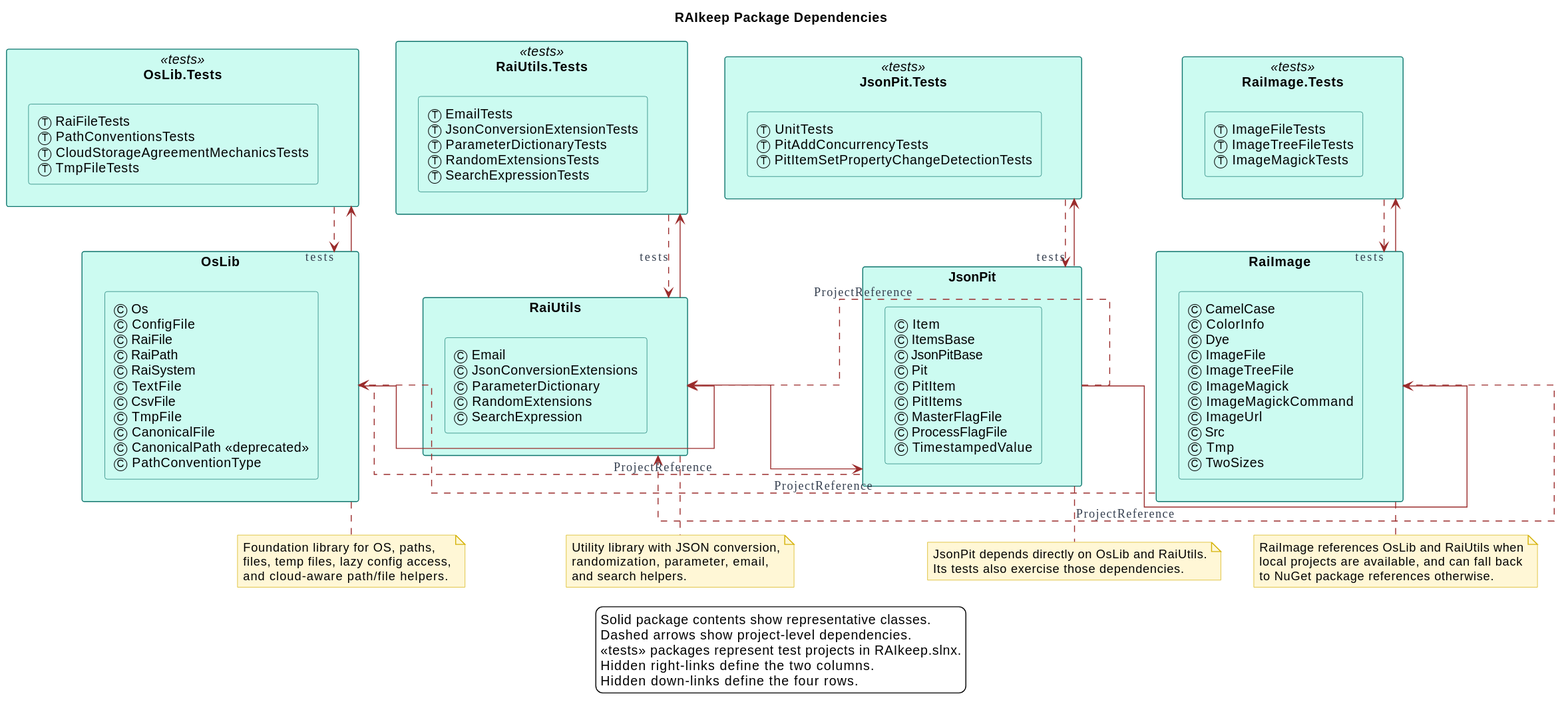
The PlantUML diagram RAIkeep-Package-Dependencies.svg in Burkhardt/RAIkeep, before a commit. The source it was exported from:
```plantuml
@startuml
title RAIkeep Package Dependencies

top to bottom direction

skinparam backgroundColor white
skinparam shadowing false
skinparam packageStyle rectangle
skinparam linetype ortho
skinparam DiagramFontName "Casual"
skinparam DiagramFontSize 36
skinparam ClassFontName "Casual"
skinparam ClassFontSize 28
skinparam ClassAttributeIconSize 10
skinparam ClassAttributeFontName Casual
skinparam ClassAttributeFontColor #053583
skinparam ClassAttributeFontWeight normal
skinparam ClassAttributeFontSize 12
skinparam ClassMethodFontName "Casual"
skinparam ClassMethodFontSize 12
skinparam ClassMethodFontWeight 500
skinparam ClassAttributeFontStyle normal
skinparam ArrowColor #9b2c2c
skinparam PackageBorderColor #0f766e
skinparam PackageFontColor #111827
skinparam PackageFontName "Casual"
skinparam PackageBackgroundColor #ccfbf1
skinparam ClassBorderColor #0f766e
skinparam ClassBackgroundColor #ccfbf1
skinparam EnumBorderColor #b45309
skinparam EnumBackgroundColor #fef3c7
skinparam EnumFontColor #7c2d12
skinparam RectangleBorderColor #0f766e
skinparam RectangleBackgroundColor #ccfbf1
skinparam NoteBackgroundColor #fff7d6
skinparam NoteBorderColor #d4b106
skinparam ArrowFontColor #374151
skinparam ArrowFontName "Casual"

package "OsLib" as P_OsLib {
	rectangle "Ⓒ Os\nⒸ ConfigFile\nⒸ RaiFile\nⒸ RaiPath\nⒸ RaiSystem\nⒸ TextFile\nⒸ CsvFile\nⒸ TmpFile\nⒸ CanonicalFile\nⒸ CanonicalPath <<deprecated>>\nⒸ PathConventionType" as M_OsLib
}

package "OsLib.Tests" <<tests>> as T_OsLib {
	rectangle "Ⓣ RaiFileTests\nⓉ PathConventionsTests\nⓉ CloudStorageAgreementMechanicsTests\nⓉ TmpFileTests" as M_T_OsLib
}

package "RaiUtils" as P_RaiUtils {
	rectangle "Ⓒ Email\nⒸ JsonConversionExtensions\nⒸ ParameterDictionary\nⒸ RandomExtensions\nⒸ SearchExpression" as M_RaiUtils
}

package "RaiUtils.Tests" <<tests>> as T_RaiUtils {
	rectangle "Ⓣ EmailTests\nⓉ JsonConversionExtensionTests\nⓉ ParameterDictionaryTests\nⓉ RandomExtensionsTests\nⓉ SearchExpressionTests" as M_T_RaiUtils
}

package "JsonPit" as P_JsonPit {
	rectangle "Ⓒ Item\nⒸ ItemsBase\nⒸ JsonPitBase\nⒸ Pit\nⒸ PitItem\nⒸ PitItems\nⒸ MasterFlagFile\nⒸ ProcessFlagFile\nⒸ TimestampedValue" as M_JsonPit
}

package "JsonPit.Tests" <<tests>> as T_JsonPit {
	rectangle "Ⓣ UnitTests\nⓉ PitAddConcurrencyTests\nⓉ PitItemSetPropertyChangeDetectionTests" as M_T_JsonPit
}

package "RaiImage" as P_RaiImage {
	rectangle "Ⓒ CamelCase\nⒸ ColorInfo\nⒸ Dye\nⒸ ImageFile\nⒸ ImageTreeFile\nⒸ ImageMagick\nⒸ ImageMagickCommand\nⒸ ImageUrl\nⒸ Src\nⒸ Tmp\nⒸ TwoSizes" as M_RaiImage
}

package "RaiImage.Tests" <<tests>> as T_RaiImage {
	rectangle "Ⓣ ImageFileTests\nⓉ ImageTreeFileTests\nⓉ ImageMagickTests" as M_T_RaiImage
}

P_OsLib -[norank]right-> T_OsLib
P_RaiUtils -[norank]right-> T_RaiUtils
P_JsonPit -[norank]right-> T_JsonPit
P_RaiImage -[norank]right-> T_RaiImage

P_OsLib -[norank]down-> P_RaiUtils
P_RaiUtils -[norank]down-> P_JsonPit
P_JsonPit -[norank]down-> P_RaiImage

P_JsonPit ..[norank]> P_OsLib : ProjectReference
P_JsonPit ..[norank]> P_RaiUtils : ProjectReference
P_RaiImage ..[norank]> P_OsLib : ProjectReference
P_RaiImage ..[norank]> P_RaiUtils : ProjectReference

T_OsLib ..> P_OsLib : tests
T_RaiUtils ..> P_RaiUtils : tests
T_JsonPit ..> P_JsonPit : tests
T_RaiImage ..> P_RaiImage : tests

note bottom of P_OsLib
	Foundation library for OS, paths,
	files, temp files, lazy config access,
	and cloud-aware path/file helpers.
end note

note bottom of P_RaiUtils
	Utility library with JSON conversion,
	randomization, parameter, email,
	and search helpers.
end note

note bottom of P_JsonPit
	JsonPit depends directly on OsLib and RaiUtils.
	Its tests also exercise those dependencies.
end note

note bottom of P_RaiImage
	RaiImage references OsLib and RaiUtils when
	local projects are available, and can fall back
	to NuGet package references otherwise.
end note

legend bottom
	Solid package contents show representative classes.
	Dashed arrows show project-level dependencies.
	<<tests>> packages represent test projects in RAIkeep.slnx.
	Hidden right-links define the two columns.
	Hidden down-links define the four rows.
endlegend
@enduml
```
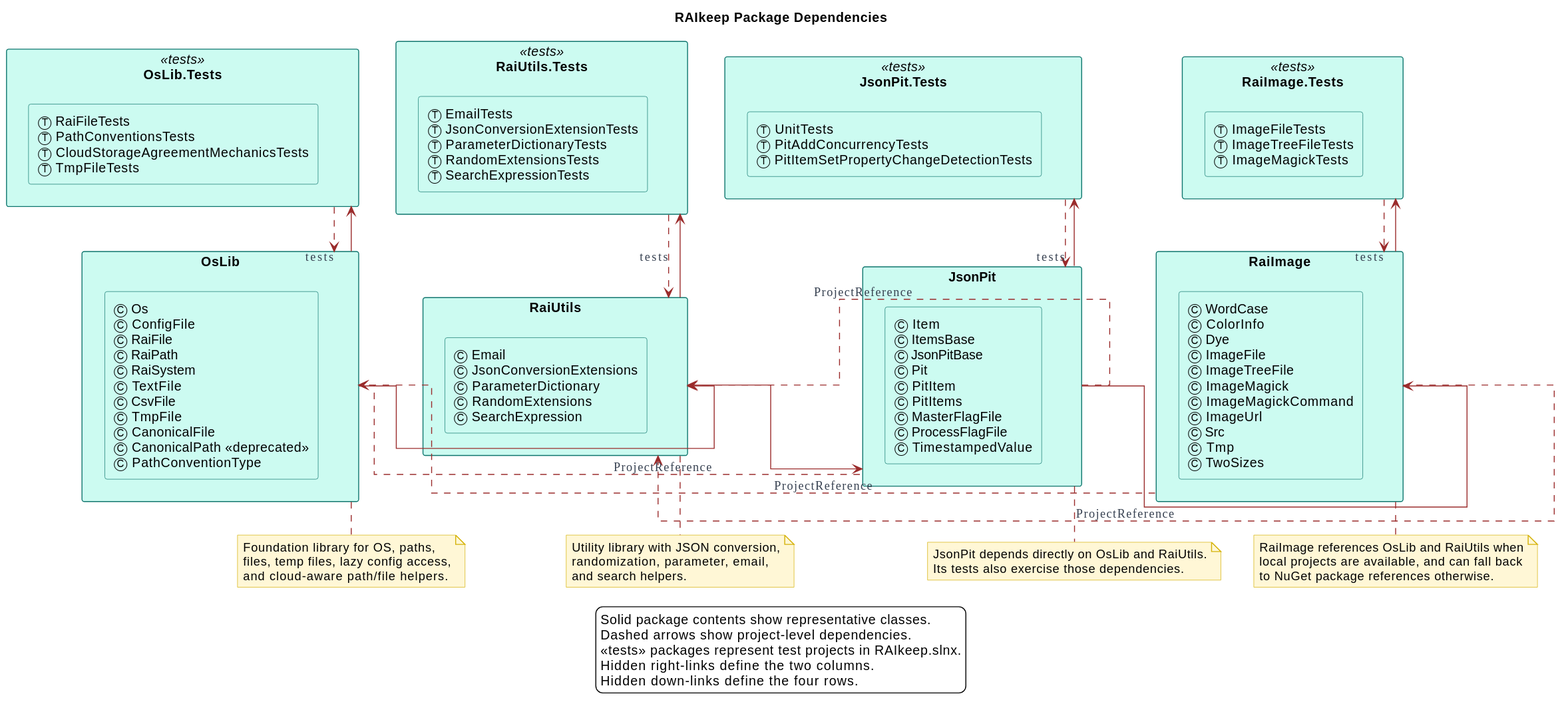
After the commit.

Diff of the diagram source:
```diff
@@ -62,7 +62,7 @@
 }
 
 package "RaiImage" as P_RaiImage {
-	rectangle "Ⓒ CamelCase\nⒸ ColorInfo\nⒸ Dye\nⒸ ImageFile\nⒸ ImageTreeFile\nⒸ ImageMagick\nⒸ ImageMagickCommand\nⒸ ImageUrl\nⒸ Src\nⒸ Tmp\nⒸ TwoSizes" as M_RaiImage
+	rectangle "Ⓒ WordCase\nⒸ ColorInfo\nⒸ Dye\nⒸ ImageFile\nⒸ ImageTreeFile\nⒸ ImageMagick\nⒸ ImageMagickCommand\nⒸ ImageUrl\nⒸ Src\nⒸ Tmp\nⒸ TwoSizes" as M_RaiImage
 }
 
 package "RaiImage.Tests" <<tests>> as T_RaiImage {
```
